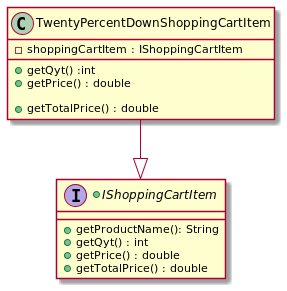
Before: DecoratorPattern.png, a diagram exported from PlantUML (KhanyisoCairo/assessment-pictures). Its diagram source:
```plantuml
@startuml
class TwentyPercentDownShoppingCartItem{
 -shoppingCartItem : IShoppingCartItem

     +getQyt() :int

    +getPrice() : double

    +getTotalPrice() : double
}

+interface IShoppingCartItem {
    +getProductName(): String
    +getQyt() : int
    +getPrice() : double
    +getTotalPrice() : double
}
TwentyPercentDownShoppingCartItem --|> IShoppingCartItem

@enduml
```
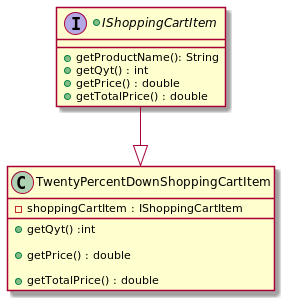
Later version of the same file.

Commit message:
decorate parten

Diff of the diagram source:
```diff
@@ -8,13 +8,12 @@
 
     +getTotalPrice() : double
 }
-
 +interface IShoppingCartItem {
     +getProductName(): String
     +getQyt() : int
     +getPrice() : double
     +getTotalPrice() : double
 }
-TwentyPercentDownShoppingCartItem --|> IShoppingCartItem
+IShoppingCartItem --|> TwentyPercentDownShoppingCartItem
 
 @enduml
```
